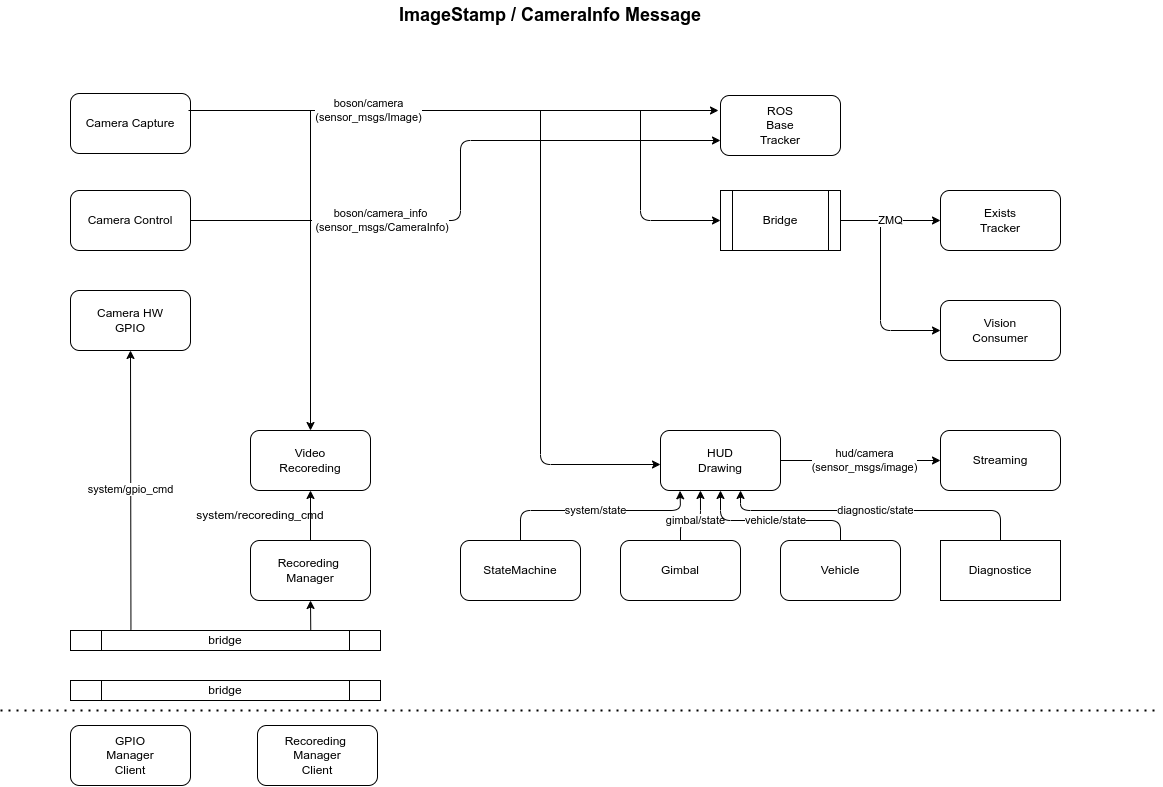
This is images/image_flow.drawio.png from ori-kruk/desgin, a draw.io export, as it was before one commit. Source tidied: cells renumbered, new cells last; positions are measured from the earlier drawing's top-left corner, leaving out a move shared by most shapes.
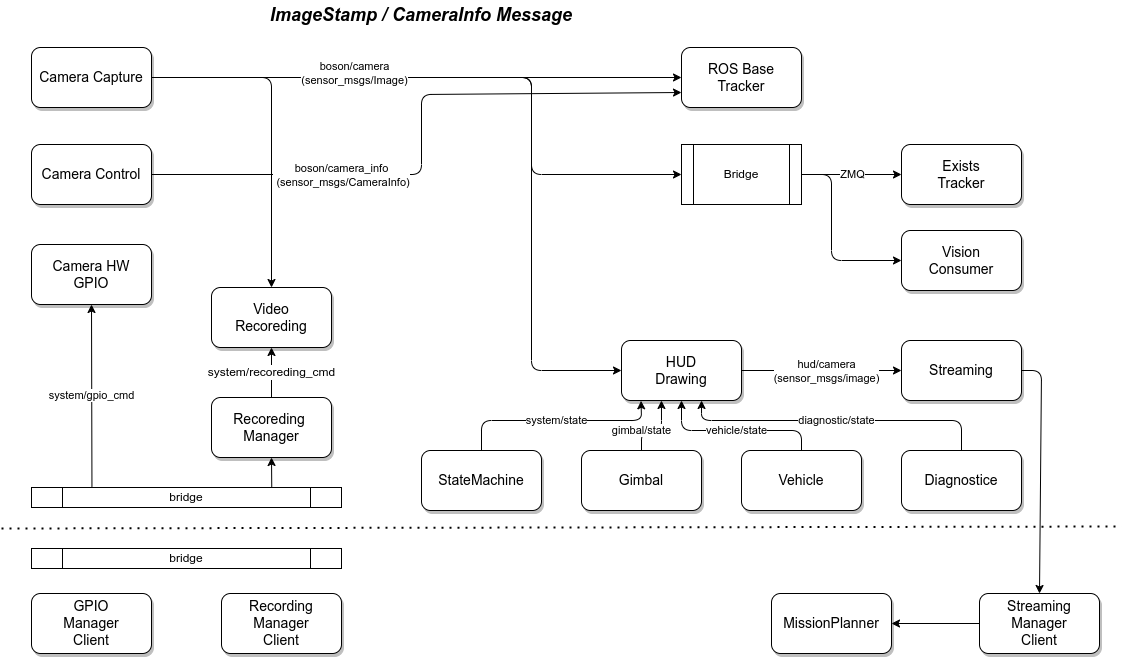
After the change.

Diff of the diagram source:
```diff
@@ -5,8 +5,8 @@
     <mxCell id="2" style="edgeStyle=none;html=1;exitX=1;exitY=0.5;exitDx=0;exitDy=0;entryX=0;entryY=0.75;entryDx=0;entryDy=0;" parent="1" edge="1" source="5" target="6">
       <mxGeometry relative="1" as="geometry">
         <Array as="points">
-          <mxPoint x="460" y="220" />
-          <mxPoint x="460" y="140" />
+          <mxPoint x="460" y="264" />
+          <mxPoint x="460" y="184" />
         </Array>
       </mxGeometry>
     </mxCell>
@@ -15,63 +15,76 @@
         <mxPoint x="83" y="-2" as="offset" />
       </mxGeometry>
     </mxCell>
+    <mxCell id="41" style="edgeStyle=none;html=1;entryX=0.5;entryY=0;entryDx=0;entryDy=0;" parent="1" edge="1" source="4" target="13">
+      <mxGeometry relative="1" as="geometry">
+        <Array as="points">
+          <mxPoint x="310" y="167" />
+        </Array>
+      </mxGeometry>
+    </mxCell>
+    <mxCell id="42" style="edgeStyle=none;html=1;entryX=0;entryY=0.5;entryDx=0;entryDy=0;" parent="1" edge="1" source="4" target="20">
+      <mxGeometry relative="1" as="geometry">
+        <Array as="points">
+          <mxPoint x="570" y="167" />
+          <mxPoint x="570" y="460" />
+        </Array>
+      </mxGeometry>
+    </mxCell>
+    <mxCell id="43" style="edgeStyle=none;html=1;entryX=0;entryY=0.5;entryDx=0;entryDy=0;" parent="1" edge="1" source="4" target="16">
+      <mxGeometry relative="1" as="geometry">
+        <Array as="points">
+          <mxPoint x="570" y="167" />
+          <mxPoint x="570" y="264" />
+        </Array>
+      </mxGeometry>
+    </mxCell>
-    <mxCell id="4" value="Camera Capture" style="rounded=1;whiteSpace=wrap;html=1;" parent="1" vertex="1">
-      <mxGeometry x="70" y="93" width="120" height="60" as="geometry" />
+    <mxCell id="4" value="Camera Capture" style="rounded=1;whiteSpace=wrap;html=1;fontSize=14;shadow=1;" parent="1" vertex="1">
+      <mxGeometry x="70" y="137" width="120" height="60" as="geometry" />
     </mxCell>
-    <mxCell id="5" value="Camera Control" style="rounded=1;whiteSpace=wrap;html=1;" parent="1" vertex="1">
-      <mxGeometry x="70" y="190" width="120" height="60" as="geometry" />
+    <mxCell id="5" value="Camera Control" style="rounded=1;whiteSpace=wrap;html=1;fontSize=14;shadow=1;" parent="1" vertex="1">
+      <mxGeometry x="70" y="234" width="120" height="60" as="geometry" />
     </mxCell>
-    <mxCell id="6" value="ROS &lt;br&gt;Base&lt;br&gt;Tracker" style="rounded=1;whiteSpace=wrap;html=1;" parent="1" vertex="1">
-      <mxGeometry x="720" y="95" width="120" height="60" as="geometry" />
+    <mxCell id="6" value="ROS Base&lt;br&gt;Tracker" style="rounded=1;whiteSpace=wrap;html=1;fontSize=14;shadow=1;" parent="1" vertex="1">
+      <mxGeometry x="720" y="137" width="120" height="60" as="geometry" />
     </mxCell>
-    <mxCell id="7" value="Exists&lt;br&gt;Tracker" style="rounded=1;whiteSpace=wrap;html=1;" parent="1" vertex="1">
-      <mxGeometry x="940" y="190" width="120" height="60" as="geometry" />
+    <mxCell id="7" value="Exists&lt;br&gt;Tracker" style="rounded=1;whiteSpace=wrap;html=1;fontSize=14;shadow=1;" parent="1" vertex="1">
+      <mxGeometry x="940" y="234" width="120" height="60" as="geometry" />
     </mxCell>
-    <mxCell id="8" style="endArrow=classic;html=1;entryX=0;entryY=0.5;entryDx=0;entryDy=0;" parent="1" edge="1" target="16">
-      <mxGeometry relative="1" as="geometry">
-        <mxPoint x="640" y="110" as="sourcePoint" />
-        <Array as="points">
-          <mxPoint x="640" y="220" />
-        </Array>
-      </mxGeometry>
-    </mxCell>
-    <mxCell id="9" value="Vision&lt;br&gt;Consumer" style="rounded=1;whiteSpace=wrap;html=1;" parent="1" vertex="1">
-      <mxGeometry x="940" y="300" width="120" height="60" as="geometry" />
+    <mxCell id="9" value="Vision&lt;br&gt;Consumer" style="rounded=1;whiteSpace=wrap;html=1;fontSize=14;shadow=1;" parent="1" vertex="1">
+      <mxGeometry x="940" y="320" width="120" height="60" as="geometry" />
     </mxCell>
-    <mxCell id="10" style="endArrow=classic;html=1;entryX=0;entryY=0.5;entryDx=0;entryDy=0;" parent="1" edge="1" target="9">
+    <mxCell id="10" style="endArrow=classic;html=1;entryX=0;entryY=0.5;entryDx=0;entryDy=0;exitX=1;exitY=0.5;exitDx=0;exitDy=0;" parent="1" edge="1" source="16" target="9">
       <mxGeometry relative="1" as="geometry">
-        <mxPoint x="880" y="220" as="sourcePoint" />
         <Array as="points">
-          <mxPoint x="880" y="330" />
+          <mxPoint x="870" y="264" />
+          <mxPoint x="870" y="350" />
         </Array>
       </mxGeometry>
     </mxCell>
-    <mxCell id="11" style="endArrow=classic;html=1;" parent="1" edge="1">
-      <mxGeometry relative="1" as="geometry">
-        <mxPoint x="540" y="110" as="sourcePoint" />
-        <mxPoint x="660" y="464" as="targetPoint" />
-        <Array as="points">
-          <mxPoint x="540" y="464" />
-        </Array>
-      </mxGeometry>
-    </mxCell>
+    <mxCell id="44" style="edgeStyle=none;html=1;labelBackgroundColor=none;fontSize=14;fontColor=default;entryX=0.5;entryY=0;entryDx=0;entryDy=0;entryPerimeter=0;" parent="1" edge="1" source="12" target="23">
+      <mxGeometry relative="1" as="geometry">
+        <Array as="points">
+          <mxPoint x="1080" y="460" />
+        </Array>
+      </mxGeometry>
+    </mxCell>
-    <mxCell id="12" value="Streaming" style="rounded=1;whiteSpace=wrap;html=1;" parent="1" vertex="1">
+    <mxCell id="12" value="Streaming" style="rounded=1;whiteSpace=wrap;html=1;fontSize=14;shadow=1;" parent="1" vertex="1">
       <mxGeometry x="940" y="430" width="120" height="60" as="geometry" />
     </mxCell>
-    <mxCell id="13" value="Video&lt;br&gt;Recoreding" style="rounded=1;whiteSpace=wrap;html=1;" parent="1" vertex="1">
-      <mxGeometry x="250" y="430" width="120" height="60" as="geometry" />
+    <mxCell id="13" value="Video&lt;br&gt;Recoreding" style="rounded=1;whiteSpace=wrap;html=1;fontSize=14;shadow=1;" parent="1" vertex="1">
+      <mxGeometry x="250" y="377" width="120" height="60" as="geometry" />
     </mxCell>
-    <mxCell id="14" value="ImageStamp / CameraInfo Message" style="text;strokeColor=none;align=center;fillColor=none;html=1;verticalAlign=middle;whiteSpace=wrap;rounded=0;fontStyle=1;fontSize=18;" parent="1" vertex="1">
-      <mxGeometry x="290" width="520" height="30" as="geometry" />
+    <mxCell id="14" value="ImageStamp / CameraInfo Message" style="text;strokeColor=none;align=center;fillColor=none;html=1;verticalAlign=middle;whiteSpace=wrap;rounded=0;fontStyle=3;fontSize=18;" parent="1" vertex="1">
+      <mxGeometry x="200" y="90" width="520" height="30" as="geometry" />
     </mxCell>
     <mxCell id="15" value="ZMQ" style="edgeStyle=none;html=1;" parent="1" edge="1" source="16" target="7">
       <mxGeometry relative="1" as="geometry" />
     </mxCell>
     <mxCell id="16" value="Bridge" style="shape=process;whiteSpace=wrap;html=1;backgroundOutline=1;" parent="1" vertex="1">
-      <mxGeometry x="720" y="190" width="120" height="60" as="geometry" />
+      <mxGeometry x="720" y="234" width="120" height="60" as="geometry" />
     </mxCell>
-    <mxCell id="17" value="Camera HW&lt;br&gt;GPIO" style="rounded=1;whiteSpace=wrap;html=1;" parent="1" vertex="1">
-      <mxGeometry x="70" y="290" width="120" height="60" as="geometry" />
+    <mxCell id="17" value="Camera HW&lt;br&gt;GPIO" style="rounded=1;whiteSpace=wrap;html=1;fontSize=14;shadow=1;" parent="1" vertex="1">
+      <mxGeometry x="70" y="334" width="120" height="60" as="geometry" />
     </mxCell>
     <mxCell id="18" style="edgeStyle=none;html=1;" parent="1" edge="1" source="20" target="12">
       <mxGeometry relative="1" as="geometry" />
@@ -81,23 +94,21 @@
         <mxPoint x="39" y="2" as="offset" />
       </mxGeometry>
     </mxCell>
-    <mxCell id="20" value="HUD&lt;br&gt;Drawing" style="rounded=1;whiteSpace=wrap;html=1;" parent="1" vertex="1">
+    <mxCell id="20" value="HUD&lt;br&gt;Drawing" style="rounded=1;whiteSpace=wrap;html=1;fontSize=14;shadow=1;" parent="1" vertex="1">
       <mxGeometry x="660" y="430" width="120" height="60" as="geometry" />
     </mxCell>
-    <mxCell id="21" style="edgeStyle=none;html=1;" parent="1" edge="1" source="22" target="13">
+    <mxCell id="21" value="&lt;span style=&quot;font-family: Helvetica; font-size: 12px; font-style: normal; font-variant-ligatures: normal; font-variant-caps: normal; font-weight: 400; letter-spacing: normal; orphans: 2; text-align: center; text-indent: 0px; text-transform: none; widows: 2; word-spacing: 0px; -webkit-text-stroke-width: 0px; text-decoration-thickness: initial; text-decoration-style: initial; text-decoration-color: initial; float: none; display: inline !important;&quot;&gt;system/recoreding_cmd&lt;/span&gt;" style="edgeStyle=none;html=1;labelBackgroundColor=default;fontColor=default;" parent="1" edge="1" source="22" target="13">
       <mxGeometry relative="1" as="geometry" />
     </mxCell>
-    <mxCell id="22" value="Recoreding&amp;nbsp;&lt;br&gt;Manager" style="rounded=1;whiteSpace=wrap;html=1;" parent="1" vertex="1">
-      <mxGeometry x="250" y="540" width="120" height="60" as="geometry" />
+    <mxCell id="22" value="Recoreding&amp;nbsp;&lt;br&gt;Manager" style="rounded=1;whiteSpace=wrap;html=1;fontSize=14;shadow=1;" parent="1" vertex="1">
+      <mxGeometry x="250" y="487" width="120" height="60" as="geometry" />
     </mxCell>
+    <mxCell id="45" style="edgeStyle=none;html=1;labelBackgroundColor=none;fontSize=14;fontColor=default;entryX=1;entryY=0.5;entryDx=0;entryDy=0;" parent="1" edge="1" source="23" target="47">
+      <mxGeometry relative="1" as="geometry" />
+    </mxCell>
-    <mxCell id="23" value="Recoreding&amp;nbsp;&lt;br&gt;Manager&lt;br&gt;Client" style="rounded=1;whiteSpace=wrap;html=1;" parent="1" vertex="1">
-      <mxGeometry x="257" y="725" width="120" height="60" as="geometry" />
+    <mxCell id="23" value="Streaming&lt;br&gt;Manager&lt;br&gt;Client" style="rounded=1;whiteSpace=wrap;html=1;fontSize=14;shadow=1;" parent="1" vertex="1">
+      <mxGeometry x="1018" y="683" width="120" height="60" as="geometry" />
     </mxCell>
-    <mxCell id="24" style="endArrow=classic;html=1;entryX=0.5;entryY=0;entryDx=0;entryDy=0;" parent="1" edge="1" target="13">
-      <mxGeometry relative="1" as="geometry">
-        <mxPoint x="310" y="110" as="sourcePoint" />
-      </mxGeometry>
-    </mxCell>
     <mxCell id="25" value="system/state" style="edgeStyle=none;html=1;exitX=0.5;exitY=0;exitDx=0;exitDy=0;entryX=0.163;entryY=1.005;entryDx=0;entryDy=0;entryPerimeter=0;" parent="1" edge="1" source="26" target="20">
       <mxGeometry relative="1" as="geometry">
         <Array as="points">
@@ -106,18 +117,18 @@
         </Array>
       </mxGeometry>
     </mxCell>
-    <mxCell id="26" value="StateMachine" style="rounded=1;whiteSpace=wrap;html=1;" parent="1" vertex="1">
+    <mxCell id="26" value="StateMachine" style="rounded=1;whiteSpace=wrap;html=1;fontSize=14;shadow=1;" parent="1" vertex="1">
       <mxGeometry x="460" y="540" width="120" height="60" as="geometry" />
     </mxCell>
     <mxCell id="27" value="gimbal/state" style="edgeStyle=none;html=1;exitX=0.5;exitY=0;exitDx=0;exitDy=0;entryX=0.333;entryY=1;entryDx=0;entryDy=0;entryPerimeter=0;" parent="1" edge="1" source="28" target="20">
-      <mxGeometry relative="1" as="geometry">
+      <mxGeometry x="-0.43" relative="1" as="geometry">
         <Array as="points">
           <mxPoint x="680" y="520" />
           <mxPoint x="700" y="520" />
         </Array>
       </mxGeometry>
     </mxCell>
-    <mxCell id="28" value="Gimbal" style="rounded=1;whiteSpace=wrap;html=1;" parent="1" vertex="1">
+    <mxCell id="28" value="Gimbal" style="rounded=1;whiteSpace=wrap;html=1;fontSize=14;shadow=1;" parent="1" vertex="1">
       <mxGeometry x="620" y="540" width="120" height="60" as="geometry" />
     </mxCell>
     <mxCell id="29" value="vehicle/state" style="edgeStyle=none;html=1;entryX=0.5;entryY=1;entryDx=0;entryDy=0;" parent="1" edge="1" source="30" target="20">
@@ -129,7 +140,7 @@
         </Array>
       </mxGeometry>
     </mxCell>
-    <mxCell id="30" value="Vehicle" style="rounded=1;whiteSpace=wrap;html=1;" parent="1" vertex="1">
+    <mxCell id="30" value="Vehicle" style="rounded=1;whiteSpace=wrap;html=1;fontSize=14;shadow=1;" parent="1" vertex="1">
       <mxGeometry x="780" y="540" width="120" height="60" as="geometry" />
     </mxCell>
     <mxCell id="31" value="diagnostic/state" style="edgeStyle=none;html=1;entryX=0.667;entryY=1;entryDx=0;entryDy=0;entryPerimeter=0;" parent="1" edge="1" source="32" target="20">
@@ -140,40 +151,42 @@
         </Array>
       </mxGeometry>
     </mxCell>
-    <mxCell id="32" value="Diagnostice" style="rounded=0;whiteSpace=wrap;html=1;" parent="1" vertex="1">
+    <mxCell id="32" value="Diagnostice" style="rounded=1;whiteSpace=wrap;html=1;fontSize=14;shadow=1;" parent="1" vertex="1">
       <mxGeometry x="940" y="540" width="120" height="60" as="geometry" />
     </mxCell>
-    <mxCell id="33" value="boson/camera&lt;br&gt;(sensor_msgs/Image)" style="endArrow=classic;html=1;entryX=0;entryY=0.25;entryDx=0;entryDy=0;" parent="1" edge="1">
-      <mxGeometry x="-0.32" relative="1" as="geometry">
-        <mxPoint x="188" y="110" as="sourcePoint" />
-        <mxPoint x="718" y="110" as="targetPoint" />
+    <mxCell id="33" value="boson/camera&lt;br&gt;(sensor_msgs/Image)" style="endArrow=classic;html=1;entryX=0;entryY=0.5;entryDx=0;entryDy=0;exitX=1;exitY=0.5;exitDx=0;exitDy=0;" parent="1" edge="1" source="4" target="6">
+      <mxGeometry x="-0.24" y="4" relative="1" as="geometry">
+        <mxPoint x="1" as="offset" />
       </mxGeometry>
     </mxCell>
-    <mxCell id="34" value="system/recoreding_cmd" style="text;strokeColor=none;align=center;fillColor=none;html=1;verticalAlign=middle;whiteSpace=wrap;rounded=0;" parent="1" vertex="1">
-      <mxGeometry x="230" y="500" width="60" height="30" as="geometry" />
-    </mxCell>
-    <mxCell id="35" value="GPIO&lt;br&gt;Manager&lt;br&gt;Client" style="rounded=1;whiteSpace=wrap;html=1;" parent="1" vertex="1">
-      <mxGeometry x="70" y="725" width="120" height="60" as="geometry" />
+    <mxCell id="35" value="GPIO&lt;br&gt;Manager&lt;br&gt;Client" style="rounded=1;whiteSpace=wrap;html=1;fontSize=14;shadow=1;" parent="1" vertex="1">
+      <mxGeometry x="70" y="683" width="120" height="60" as="geometry" />
     </mxCell>
     <mxCell id="36" value="bridge" style="shape=process;whiteSpace=wrap;html=1;backgroundOutline=1;" parent="1" vertex="1">
-      <mxGeometry x="70" y="630" width="310" height="20" as="geometry" />
+      <mxGeometry x="70" y="577" width="310" height="20" as="geometry" />
     </mxCell>
     <mxCell id="37" value="bridge" style="shape=process;whiteSpace=wrap;html=1;backgroundOutline=1;" parent="1" vertex="1">
-      <mxGeometry x="70" y="680" width="310" height="20" as="geometry" />
+      <mxGeometry x="70" y="638" width="310" height="20" as="geometry" />
     </mxCell>
     <mxCell id="38" value="system/gpio_cmd" style="endArrow=classic;html=1;entryX=0.5;entryY=1;entryDx=0;entryDy=0;exitX=0.195;exitY=-0.03;exitDx=0;exitDy=0;exitPerimeter=0;" parent="1" edge="1" source="36" target="17">
       <mxGeometry relative="1" as="geometry" />
     </mxCell>
     <mxCell id="39" style="endArrow=classic;html=1;exitX=0.775;exitY=-0.03;exitDx=0;exitDy=0;exitPerimeter=0;" parent="1" edge="1" source="36">
       <mxGeometry relative="1" as="geometry">
-        <mxPoint x="310" y="600" as="targetPoint" />
+        <mxPoint x="310" y="547" as="targetPoint" />
       </mxGeometry>
     </mxCell>
     <mxCell id="40" style="endArrow=none;dashed=1;html=1;dashPattern=1 3;strokeWidth=2;" parent="1" edge="1">
       <mxGeometry relative="1" as="geometry">
-        <mxPoint y="710" as="sourcePoint" />
-        <mxPoint x="1160" y="710" as="targetPoint" />
+        <mxPoint x="40" y="618" as="sourcePoint" />
+        <mxPoint x="1160" y="616" as="targetPoint" />
       </mxGeometry>
     </mxCell>
+    <mxCell id="46" value="Recording&lt;br&gt;Manager&lt;br&gt;Client" style="rounded=1;whiteSpace=wrap;html=1;fontSize=14;shadow=1;" parent="1" vertex="1">
+      <mxGeometry x="260" y="683" width="120" height="60" as="geometry" />
+    </mxCell>
+    <mxCell id="47" value="MissionPlanner" style="rounded=1;whiteSpace=wrap;html=1;fontSize=14;shadow=1;" parent="1" vertex="1">
+      <mxGeometry x="810" y="683" width="120" height="60" as="geometry" />
+    </mxCell>
   </root>
 </mxGraphModel>
```
